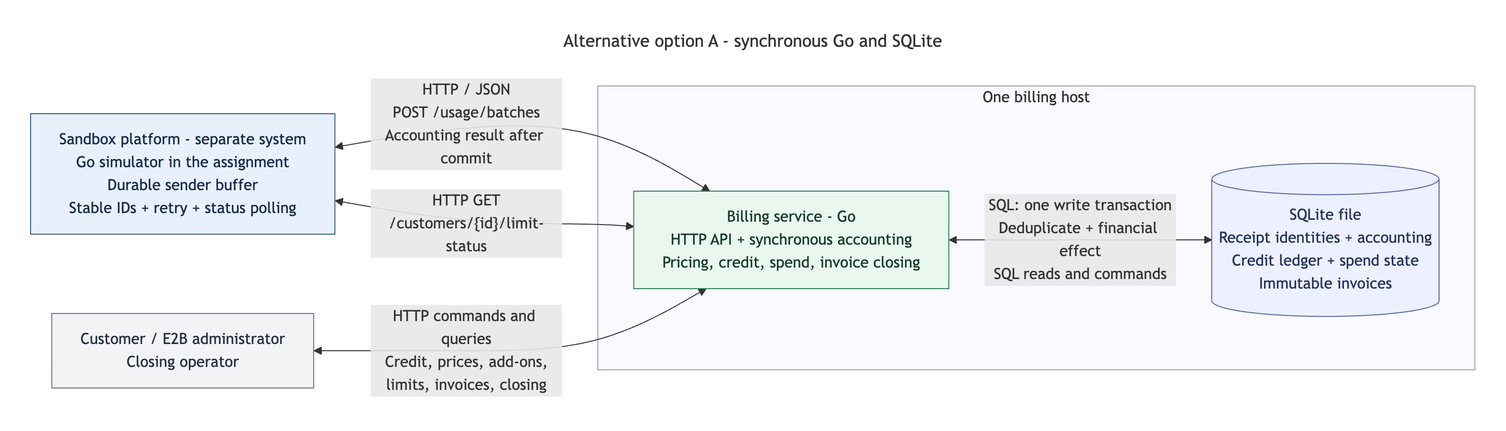
pupitooo/e2b-billing-api keeps this Mermaid diagram as docs/diagrams/option-a-components/option-a-components.png. Above is the earlier version. Its source is kept beside it as docs/diagrams/option-a-components/option-a-components.mmd.
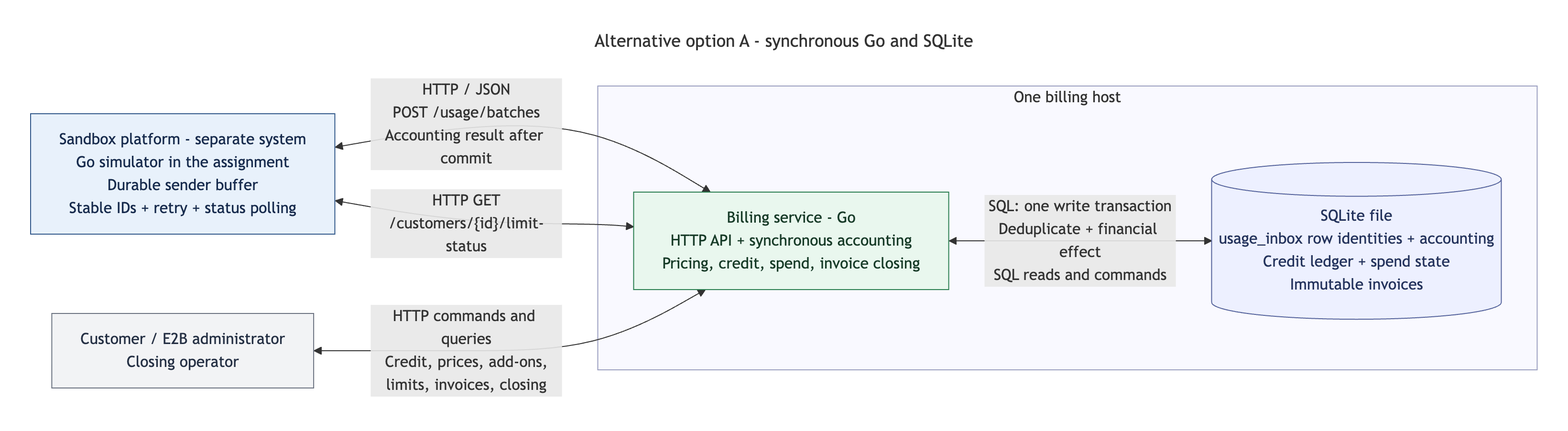
The same diagram one commit later.

Change to the diagram source:
```diff
@@ -13,7 +13,7 @@
 
     subgraph host["One billing host"]
         api["Billing service - Go<br/>HTTP API + synchronous accounting<br/>Pricing, credit, spend, invoice closing"]
-        database[("SQLite file<br/>Receipt identities + accounting<br/>Credit ledger + spend state<br/>Immutable invoices")]
+        database[("SQLite file<br/>usage_inbox row identities + accounting<br/>Credit ledger + spend state<br/>Immutable invoices")]
         api <-->|"SQL: one write transaction<br/>Deduplicate + financial effect<br/>SQL reads and commands"| database
     end
 
```
